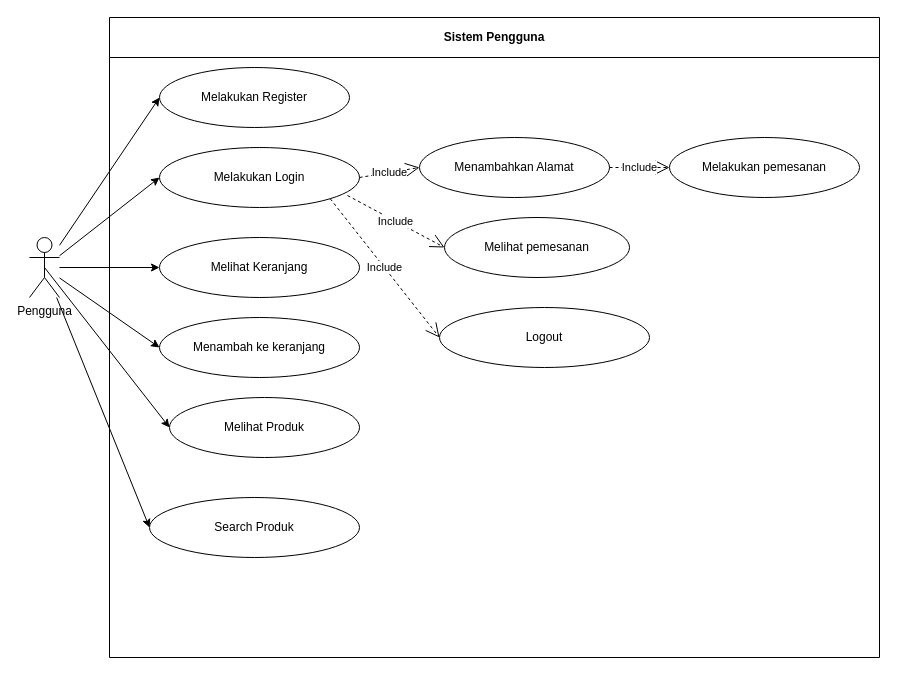
This is docs/usecase/user-usecase.drawio from EvandriRidho/Rizquna-Bakery, a draw.io file, before an edit. Source tidied: cells renumbered, new cells numbered last; positions are measured from the earlier drawing's top-left corner, leaving out a move shared by most shapes. Both pictures are drawn from the tidied source at 100%, with x=0, y=0 at pixel (29, 17).
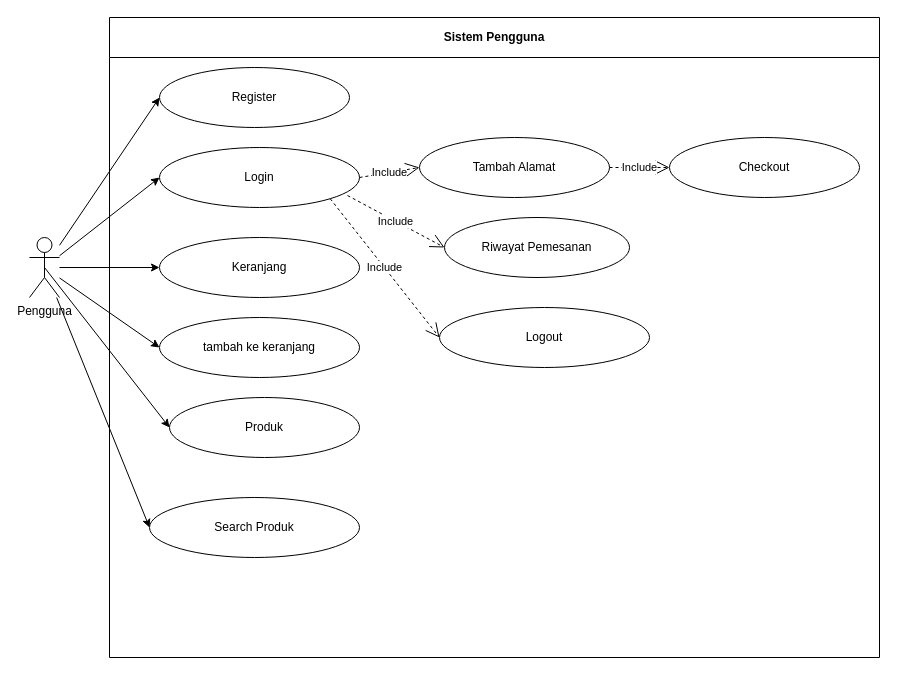
The same page after the edit.

Unchanged cells that the change refers to:
```xml
<mxCell id="3" value="Sistem Pengguna" style="swimlane;whiteSpace=wrap;html=1;startSize=40;" parent="1" vertex="1">
  <mxGeometry x="80" width="770" height="640" as="geometry" />
</mxCell>
```

What changed in the source:
```diff
@@
-    <mxCell id="4" value="Melakukan Register" style="ellipse;whiteSpace=wrap;html=1;" parent="3" vertex="1">
+    <mxCell id="4" value="Register" style="ellipse;whiteSpace=wrap;html=1;" parent="3" vertex="1">
       <mxGeometry x="50" y="50" width="190" height="60" as="geometry" />
     </mxCell>
-    <mxCell id="5" value="Melakukan Login" style="ellipse;whiteSpace=wrap;html=1;" parent="3" vertex="1">
+    <mxCell id="5" value="Login" style="ellipse;whiteSpace=wrap;html=1;" parent="3" vertex="1">
       <mxGeometry x="50" y="130" width="200" height="60" as="geometry" />
     </mxCell>
-    <mxCell id="6" value="Melihat Produk" style="ellipse;whiteSpace=wrap;html=1;" parent="3" vertex="1">
+    <mxCell id="6" value="Produk" style="ellipse;whiteSpace=wrap;html=1;" parent="3" vertex="1">
       <mxGeometry x="60" y="380" width="190" height="60" as="geometry" />
     </mxCell>
@@
-    <mxCell id="8" value="Melihat Keranjang" style="ellipse;whiteSpace=wrap;html=1;" parent="3" vertex="1">
+    <mxCell id="8" value="Keranjang" style="ellipse;whiteSpace=wrap;html=1;" parent="3" vertex="1">
       <mxGeometry x="50" y="220" width="200" height="60" as="geometry" />
     </mxCell>
-    <mxCell id="9" value="Menambah ke keranjang" style="ellipse;whiteSpace=wrap;html=1;" parent="3" vertex="1">
+    <mxCell id="9" value="tambah ke keranjang" style="ellipse;whiteSpace=wrap;html=1;" parent="3" vertex="1">
       <mxGeometry x="50" y="300" width="200" height="60" as="geometry" />
     </mxCell>
-    <mxCell id="10" value="Menambahkan Alamat" style="ellipse;whiteSpace=wrap;html=1;" parent="3" vertex="1">
+    <mxCell id="10" value="Tambah Alamat" style="ellipse;whiteSpace=wrap;html=1;" parent="3" vertex="1">
       <mxGeometry x="310" y="120" width="190" height="60" as="geometry" />
     </mxCell>
-    <mxCell id="11" value="Melakukan pemesanan" style="ellipse;whiteSpace=wrap;html=1;" parent="3" vertex="1">
+    <mxCell id="11" value="Checkout" style="ellipse;whiteSpace=wrap;html=1;" parent="3" vertex="1">
       <mxGeometry x="560" y="120" width="190" height="60" as="geometry" />
     </mxCell>
@@
-    <mxCell id="13" value="Melihat pemesanan" style="ellipse;whiteSpace=wrap;html=1;" parent="3" vertex="1">
+    <mxCell id="13" value="Riwayat Pemesanan" style="ellipse;whiteSpace=wrap;html=1;" parent="3" vertex="1">
       <mxGeometry x="335" y="200" width="185" height="60" as="geometry" />
     </mxCell>
```
